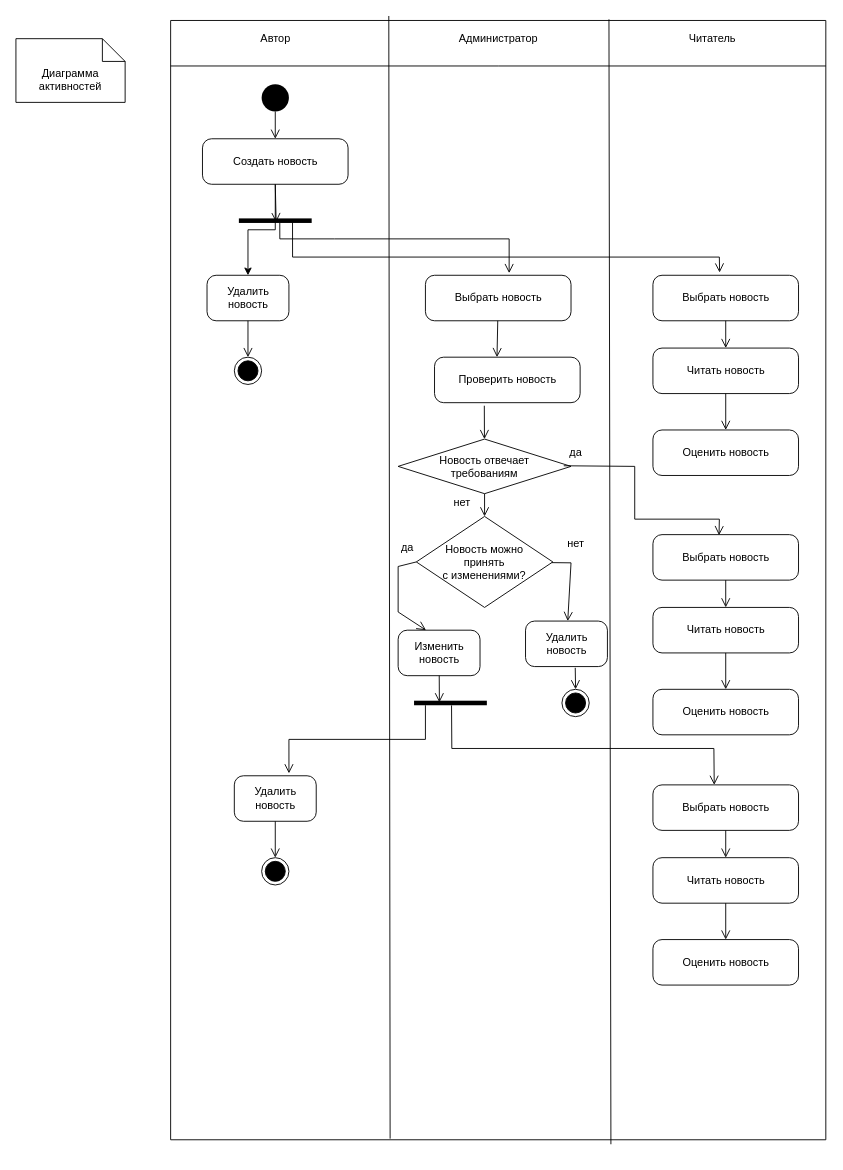
Earlier version of the draw.io diagram UML/Activities.drawio (krista-architecture-po-2021/kryukov_kutueva_news). Source tidied: cells renumbered, new cells numbered last; positions are measured from the earlier drawing's top-left corner, leaving out a move shared by most shapes. Both pictures are drawn from the tidied source at 91%, with x=0, y=0 at pixel (15, 20).
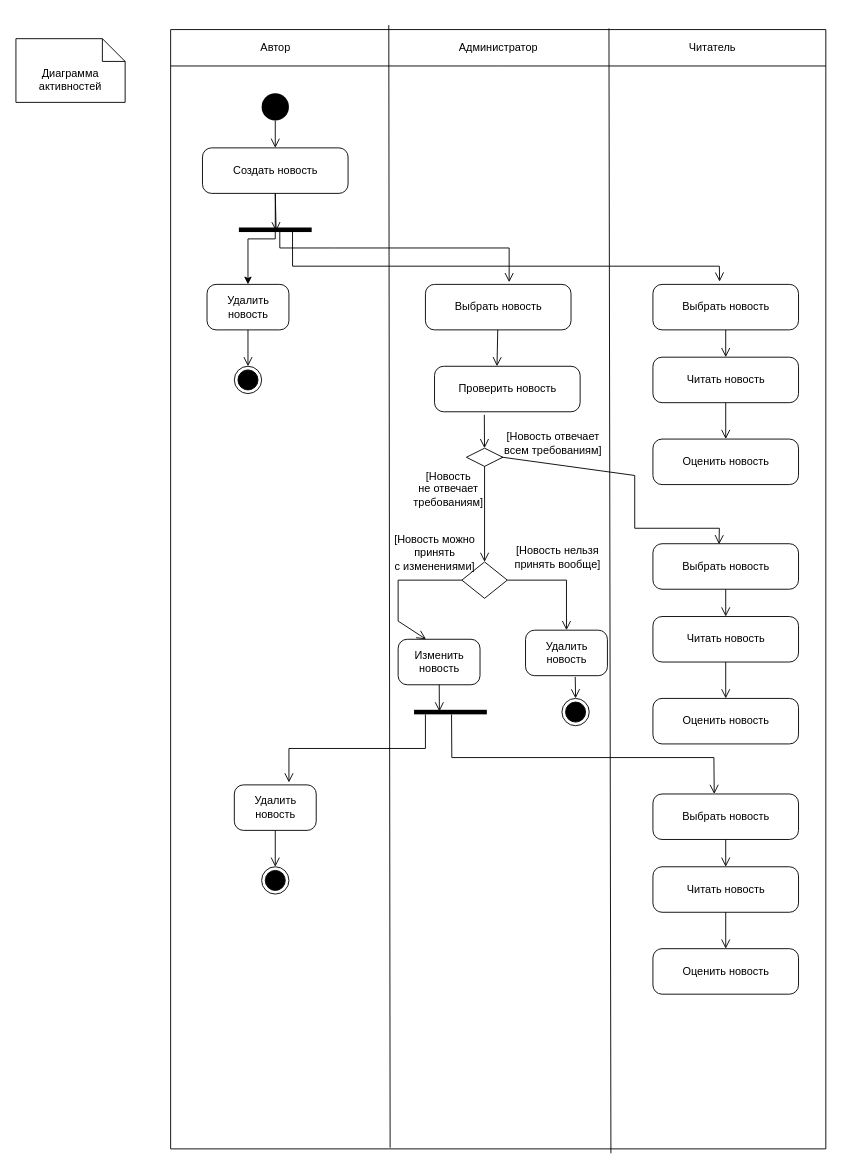
The same diagram, later.

Commit message:
Исправлена диаграмма активностей

Unchanged cells that the change refers to:
```xml
<mxCell id="34" value="Удалить&lt;br&gt;новость" style="html=1;dashed=0;rounded=1;absoluteArcSize=1;arcSize=20;verticalAlign=middle;align=center;" parent="3" vertex="1">
  <mxGeometry x="390" y="660" width="90" height="50" as="geometry" />
</mxCell>
<mxCell id="39" value="Изменить&lt;br&gt;новость" style="html=1;dashed=0;rounded=1;absoluteArcSize=1;arcSize=20;verticalAlign=middle;align=center;" parent="3" vertex="1">
  <mxGeometry x="250" y="670" width="90" height="50" as="geometry" />
</mxCell>
```

Diff of the diagram source:
```diff
@@
     <mxCell id="3" style="swimlane;startSize=0;" parent="1" vertex="1">
-      <mxGeometry x="170" width="720" height="1230" as="geometry" />
+      <mxGeometry x="170" y="10" width="720" height="1230" as="geometry" />
     </mxCell>
@@
-    <mxCell id="23" value="Новость отвечает&#10;требованиям" style="rhombus;" parent="3" vertex="1">
-      <mxGeometry x="250" y="460" width="190" height="60" as="geometry" />
+    <mxCell id="23" style="rhombus;" parent="3" vertex="1">
+      <mxGeometry x="325" y="460" width="40" height="20" as="geometry" />
     </mxCell>
@@
-    <mxCell id="31" value="да" style="text;html=1;align=center;verticalAlign=middle;strokeColor=none;fillColor=none;" parent="3" vertex="1">
-      <mxGeometry x="430" y="465" width="30" height="20" as="geometry" />
+    <mxCell id="31" value="[Новость отвечает&lt;br&gt;всем требованиям]" style="text;html=1;align=center;verticalAlign=middle;strokeColor=none;fillColor=none;" parent="3" vertex="1">
+      <mxGeometry x="360" y="440" width="120" height="30" as="geometry" />
     </mxCell>
-    <mxCell id="32" value="Новость можно&#10;принять&#10;с изменениями?" style="rhombus;" parent="3" vertex="1">
-      <mxGeometry x="270" y="545" width="150" height="100" as="geometry" />
+    <mxCell id="32" style="rhombus;" parent="3" vertex="1">
+      <mxGeometry x="320" y="585" width="50" height="40" as="geometry" />
     </mxCell>
@@
     <mxCell id="35" style="endArrow=open;startArrow=none;endFill=0;startFill=0;endSize=8;html=1;verticalAlign=bottom;labelBackgroundColor=none;strokeWidth=1;rounded=0;" parent="3" edge="1" source="32" target="34">
       <mxGeometry relative="1" as="geometry">
         <Array as="points">
-          <mxPoint x="440" y="596" />
+          <mxPoint x="435" y="605" />
         </Array>
       </mxGeometry>
     </mxCell>
@@
-    <mxCell id="38" value="нет" style="text;html=1;align=center;verticalAlign=middle;strokeColor=none;fillColor=none;" parent="3" vertex="1">
-      <mxGeometry x="430" y="565" width="30" height="20" as="geometry" />
+    <mxCell id="38" value="[Новость нельзя&lt;br&gt;принять вообще]" style="text;html=1;align=center;verticalAlign=middle;strokeColor=none;fillColor=none;" parent="3" vertex="1">
+      <mxGeometry x="370" y="565" width="110" height="30" as="geometry" />
     </mxCell>
@@
     <mxCell id="40" style="endArrow=open;startArrow=none;endFill=0;startFill=0;endSize=8;html=1;verticalAlign=bottom;labelBackgroundColor=none;strokeWidth=1;rounded=0;exitX=0;exitY=0.5;exitDx=0;exitDy=0;entryX=0.341;entryY=0;entryDx=0;entryDy=0;entryPerimeter=0;" parent="3" edge="1" source="32" target="39">
       <mxGeometry relative="1" as="geometry">
         <Array as="points">
-          <mxPoint x="250" y="600" />
+          <mxPoint x="250" y="605" />
           <mxPoint x="250" y="650" />
         </Array>
       </mxGeometry>
     </mxCell>
@@
+    <mxCell id="60" value="[Новость можно&lt;br style=&quot;padding: 0px ; margin: 0px&quot;&gt;принять&lt;br style=&quot;padding: 0px ; margin: 0px&quot;&gt;с изменениями]" style="text;html=1;align=center;verticalAlign=middle;strokeColor=none;fillColor=none;" parent="3" vertex="1">
+      <mxGeometry x="240" y="550" width="100" height="50" as="geometry" />
+    </mxCell>
+    <mxCell id="59" value="[Новость&lt;br&gt;не отвечает&lt;br&gt;требованиям]" style="text;html=1;align=center;verticalAlign=middle;strokeColor=none;fillColor=none;" parent="3" vertex="1">
+      <mxGeometry x="260" y="480" width="90" height="50" as="geometry" />
+    </mxCell>
@@
-    <mxCell id="59" value="нет" style="text;html=1;align=center;verticalAlign=middle;strokeColor=none;fillColor=none;" parent="1" vertex="1">
-      <mxGeometry x="475" y="520" width="30" height="20" as="geometry" />
-    </mxCell>
-    <mxCell id="60" value="да" style="text;html=1;align=center;verticalAlign=middle;strokeColor=none;fillColor=none;" parent="1" vertex="1">
-      <mxGeometry x="415" y="570" width="30" height="20" as="geometry" />
-    </mxCell>
```
